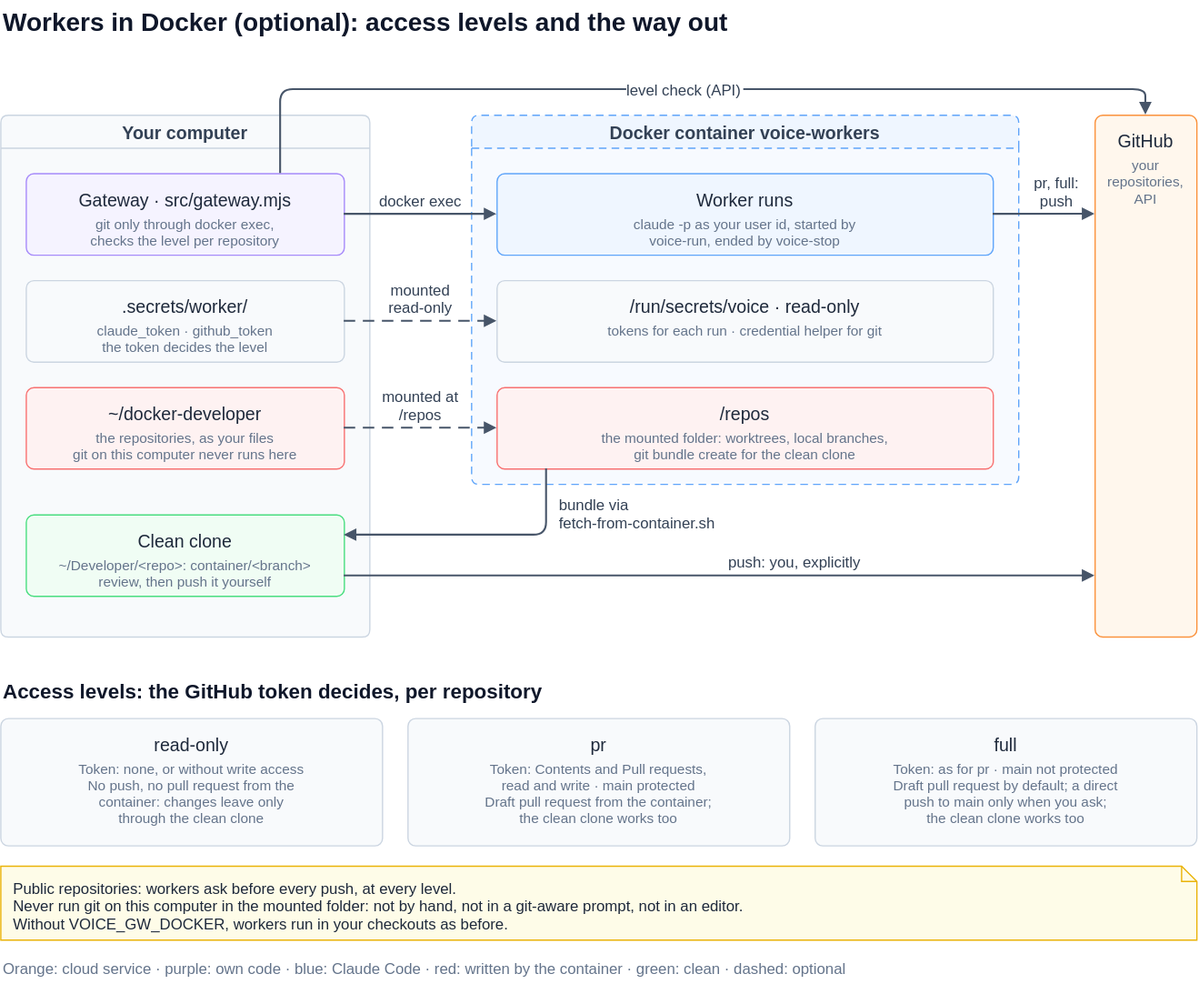
The draw.io diagram docs/docker.drawio.svg in alderg/cc-voice-gateway, before a commit. Source tidied: cells renumbered, new cells last; positions are measured from the earlier drawing's top-left corner, leaving out a move shared by most shapes.
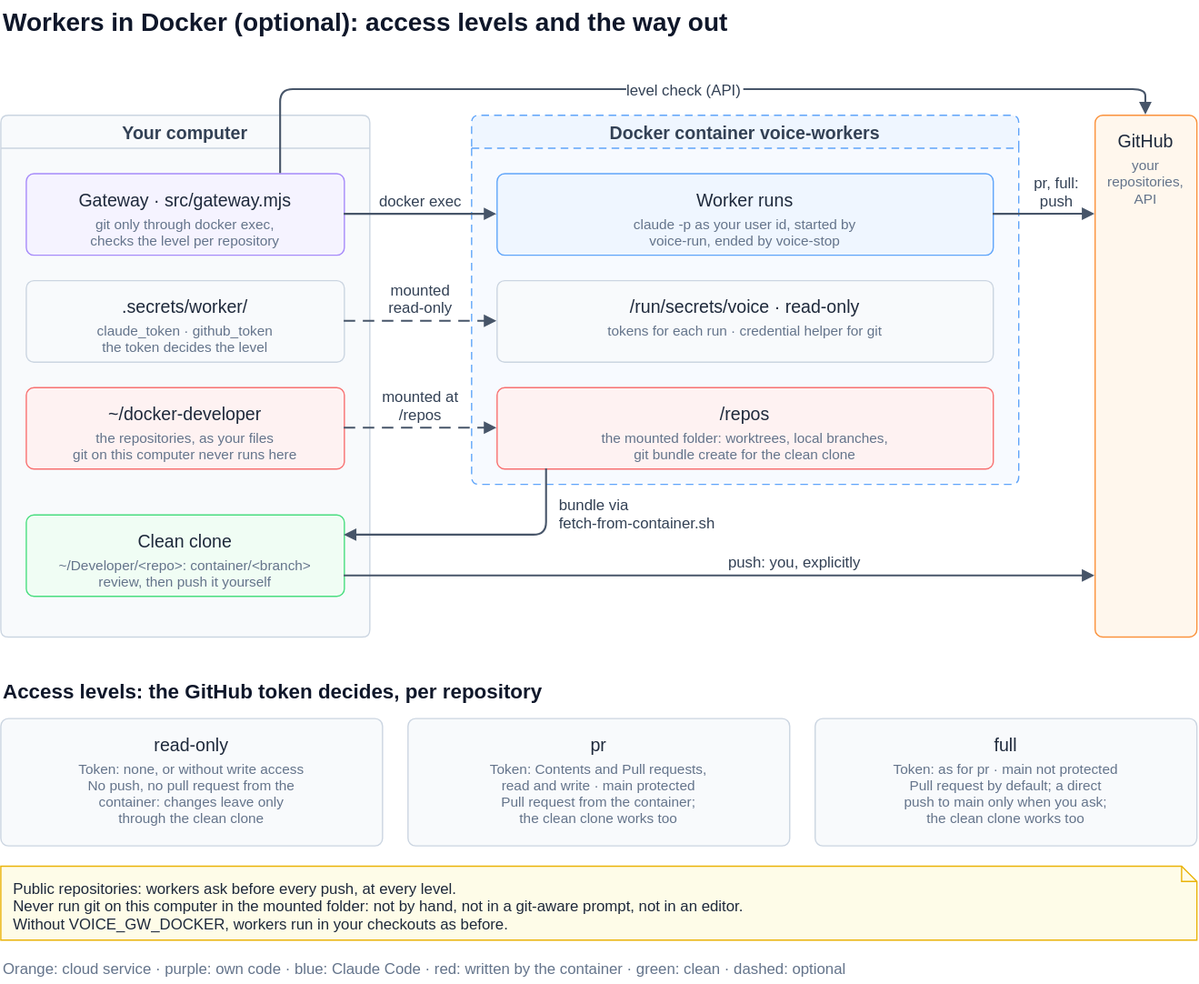
After the commit.

Commit message:
Docs: pull requests ready for review by default, and VOICE_GW_PR_DRAFT

Diff of the diagram source:
```diff
@@ -71,13 +71,13 @@
     <mxCell id="24" value="pr" style="rounded=1;html=0;fontSize=14;fillColor=#F8FAFC;strokeColor=#CBD5E1;fontStyle=0;verticalAlign=top;spacingTop=6.9;strokeWidth=1;absoluteArcSize=1;arcSize=12;fontColor=#1E293B;" parent="1" vertex="1">
       <mxGeometry x="320" y="564" width="300" height="100" as="geometry" />
     </mxCell>
-    <mxCell id="25" value="Token: Contents and Pull requests,&#10;read and write · main protected&#10;Draft pull request from the container;&#10;the clean clone works too" style="text;html=0;fontSize=11;fontColor=#64748B;align=center;verticalAlign=top;spacing=0;strokeColor=none;fillColor=none;" parent="24" vertex="1">
+    <mxCell id="25" value="Token: Contents and Pull requests,&#10;read and write · main protected&#10;Pull request from the container;&#10;the clean clone works too" style="text;html=0;fontSize=11;fontColor=#64748B;align=center;verticalAlign=top;spacing=0;strokeColor=none;fillColor=none;" parent="24" vertex="1">
       <mxGeometry y="28.7" width="300" height="52.8" as="geometry" />
     </mxCell>
     <mxCell id="26" value="full" style="rounded=1;html=0;fontSize=14;fillColor=#F8FAFC;strokeColor=#CBD5E1;fontStyle=0;verticalAlign=top;spacingTop=6.9;strokeWidth=1;absoluteArcSize=1;arcSize=12;fontColor=#1E293B;" parent="1" vertex="1">
       <mxGeometry x="640" y="564" width="300" height="100" as="geometry" />
     </mxCell>
-    <mxCell id="27" value="Token: as for pr · main not protected&#10;Draft pull request by default; a direct&#10;push to main only when you ask;&#10;the clean clone works too" style="text;html=0;fontSize=11;fontColor=#64748B;align=center;verticalAlign=top;spacing=0;strokeColor=none;fillColor=none;" parent="26" vertex="1">
+    <mxCell id="27" value="Token: as for pr · main not protected&#10;Pull request by default; a direct&#10;push to main only when you ask;&#10;the clean clone works too" style="text;html=0;fontSize=11;fontColor=#64748B;align=center;verticalAlign=top;spacing=0;strokeColor=none;fillColor=none;" parent="26" vertex="1">
       <mxGeometry y="28.7" width="300" height="52.8" as="geometry" />
     </mxCell>
     <mxCell id="28" value="Public repositories: workers ask before every push, at every level.&#10;Never run git on this computer in the mounted folder: not by hand, not in a git-aware prompt, not in an editor.&#10;Without VOICE_GW_DOCKER, workers run in your checkouts as before." style="shape=note;size=12;html=0;fontSize=12;align=left;verticalAlign=top;spacingLeft=8;spacingTop=4;fillColor=#FEFCE8;strokeColor=#EAB308;strokeWidth=1;fontColor=#1E293B;" parent="1" vertex="1">
```
